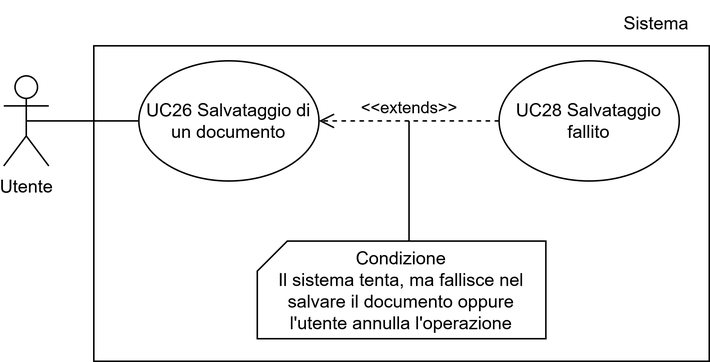
Above: assets/uml/UC26.png in 7-ZPUs/Docs (draw.io), before the change. Source tidied: cells renumbered, new cells last; positions are measured from the earlier drawing's top-left corner, leaving out a move shared by most shapes. Source of this version:
```xml
<mxGraphModel>
  <root>
    <mxCell id="0" />
    <mxCell id="1" parent="0" />
    <mxCell id="2" style="rounded=0;whiteSpace=wrap;html=1;" parent="1" vertex="1">
      <mxGeometry x="60" y="30" width="410" height="210" as="geometry" />
    </mxCell>
    <mxCell id="3" value="Utente" style="shape=umlActor;verticalLabelPosition=bottom;verticalAlign=top;html=1;outlineConnect=0;" parent="1" vertex="1">
      <mxGeometry y="50" width="30" height="60" as="geometry" />
    </mxCell>
    <mxCell id="4" value="UC26 Salvataggio di un documento" style="ellipse;whiteSpace=wrap;html=1;" parent="1" vertex="1">
      <mxGeometry x="90" y="40" width="120" height="80" as="geometry" />
    </mxCell>
    <mxCell id="5" value="&lt;div&gt;Sistema&lt;/div&gt;" style="text;html=1;whiteSpace=wrap;strokeColor=none;fillColor=none;align=center;verticalAlign=middle;rounded=0;" parent="1" vertex="1">
      <mxGeometry x="400" width="70" height="30" as="geometry" />
    </mxCell>
    <mxCell id="6" style="endArrow=none;html=1;rounded=0;exitX=0;exitY=0.5;exitDx=0;exitDy=0;entryX=0.5;entryY=0.5;entryDx=0;entryDy=0;entryPerimeter=0;" parent="1" edge="1" source="4" target="3">
      <mxGeometry relative="1" as="geometry" />
    </mxCell>
    <mxCell id="7" value="UC28 Salvataggio fallito" style="ellipse;whiteSpace=wrap;html=1;" parent="1" vertex="1">
      <mxGeometry x="330" y="40" width="120" height="80" as="geometry" />
    </mxCell>
    <mxCell id="8" value="&amp;lt;&amp;lt;extends&amp;gt;&amp;gt;" style="html=1;verticalAlign=bottom;endArrow=open;dashed=1;endSize=8;curved=0;rounded=0;endFill=0;exitX=0;exitY=0.5;exitDx=0;exitDy=0;entryX=1;entryY=0.5;entryDx=0;entryDy=0;" parent="1" edge="1" source="7" target="4">
      <mxGeometry relative="1" as="geometry" />
    </mxCell>
    <mxCell id="9" value="Condizione&lt;div&gt;Il sistema tenta, ma fallisce nel salvare il documento oppure l'utente annulla l'operazione&lt;/div&gt;" style="shape=card;whiteSpace=wrap;html=1;size=20;" parent="1" vertex="1">
      <mxGeometry x="168.9" y="160" width="192.2" height="65" as="geometry" />
    </mxCell>
    <mxCell id="10" style="endArrow=none;html=1;rounded=0;" parent="1" edge="1">
      <mxGeometry relative="1" as="geometry">
        <mxPoint x="270" y="160" as="sourcePoint" />
        <mxPoint x="270" y="80" as="targetPoint" />
      </mxGeometry>
    </mxCell>
  </root>
</mxGraphModel>
```
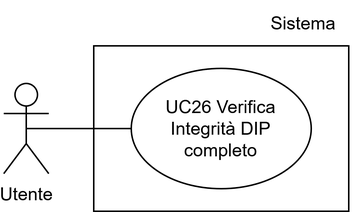
After the commit.

What changed in the source:
```diff
@@ -3,34 +3,19 @@
     <mxCell id="0" />
     <mxCell id="1" parent="0" />
     <mxCell id="2" style="rounded=0;whiteSpace=wrap;html=1;" parent="1" vertex="1">
-      <mxGeometry x="60" y="30" width="410" height="210" as="geometry" />
+      <mxGeometry x="10" y="1510" width="170" height="110" as="geometry" />
     </mxCell>
     <mxCell id="3" value="Utente" style="shape=umlActor;verticalLabelPosition=bottom;verticalAlign=top;html=1;outlineConnect=0;" parent="1" vertex="1">
-      <mxGeometry y="50" width="30" height="60" as="geometry" />
+      <mxGeometry x="-50" y="1535" width="30" height="60" as="geometry" />
     </mxCell>
-    <mxCell id="4" value="UC26 Salvataggio di un documento" style="ellipse;whiteSpace=wrap;html=1;" parent="1" vertex="1">
-      <mxGeometry x="90" y="40" width="120" height="80" as="geometry" />
+    <mxCell id="4" value="UC26 Verifica Integrità DIP completo" style="ellipse;whiteSpace=wrap;html=1;" parent="1" vertex="1">
+      <mxGeometry x="35" y="1525" width="120" height="80" as="geometry" />
     </mxCell>
     <mxCell id="5" value="&lt;div&gt;Sistema&lt;/div&gt;" style="text;html=1;whiteSpace=wrap;strokeColor=none;fillColor=none;align=center;verticalAlign=middle;rounded=0;" parent="1" vertex="1">
-      <mxGeometry x="400" width="70" height="30" as="geometry" />
+      <mxGeometry x="115" y="1480" width="70" height="30" as="geometry" />
     </mxCell>
     <mxCell id="6" style="endArrow=none;html=1;rounded=0;exitX=0;exitY=0.5;exitDx=0;exitDy=0;entryX=0.5;entryY=0.5;entryDx=0;entryDy=0;entryPerimeter=0;" parent="1" edge="1" source="4" target="3">
       <mxGeometry relative="1" as="geometry" />
     </mxCell>
-    <mxCell id="7" value="UC28 Salvataggio fallito" style="ellipse;whiteSpace=wrap;html=1;" parent="1" vertex="1">
-      <mxGeometry x="330" y="40" width="120" height="80" as="geometry" />
-    </mxCell>
-    <mxCell id="8" value="&amp;lt;&amp;lt;extends&amp;gt;&amp;gt;" style="html=1;verticalAlign=bottom;endArrow=open;dashed=1;endSize=8;curved=0;rounded=0;endFill=0;exitX=0;exitY=0.5;exitDx=0;exitDy=0;entryX=1;entryY=0.5;entryDx=0;entryDy=0;" parent="1" edge="1" source="7" target="4">
-      <mxGeometry relative="1" as="geometry" />
-    </mxCell>
-    <mxCell id="9" value="Condizione&lt;div&gt;Il sistema tenta, ma fallisce nel salvare il documento oppure l'utente annulla l'operazione&lt;/div&gt;" style="shape=card;whiteSpace=wrap;html=1;size=20;" parent="1" vertex="1">
-      <mxGeometry x="168.9" y="160" width="192.2" height="65" as="geometry" />
-    </mxCell>
-    <mxCell id="10" style="endArrow=none;html=1;rounded=0;" parent="1" edge="1">
-      <mxGeometry relative="1" as="geometry">
-        <mxPoint x="270" y="160" as="sourcePoint" />
-        <mxPoint x="270" y="80" as="targetPoint" />
-      </mxGeometry>
-    </mxCell>
   </root>
 </mxGraphModel>
```
